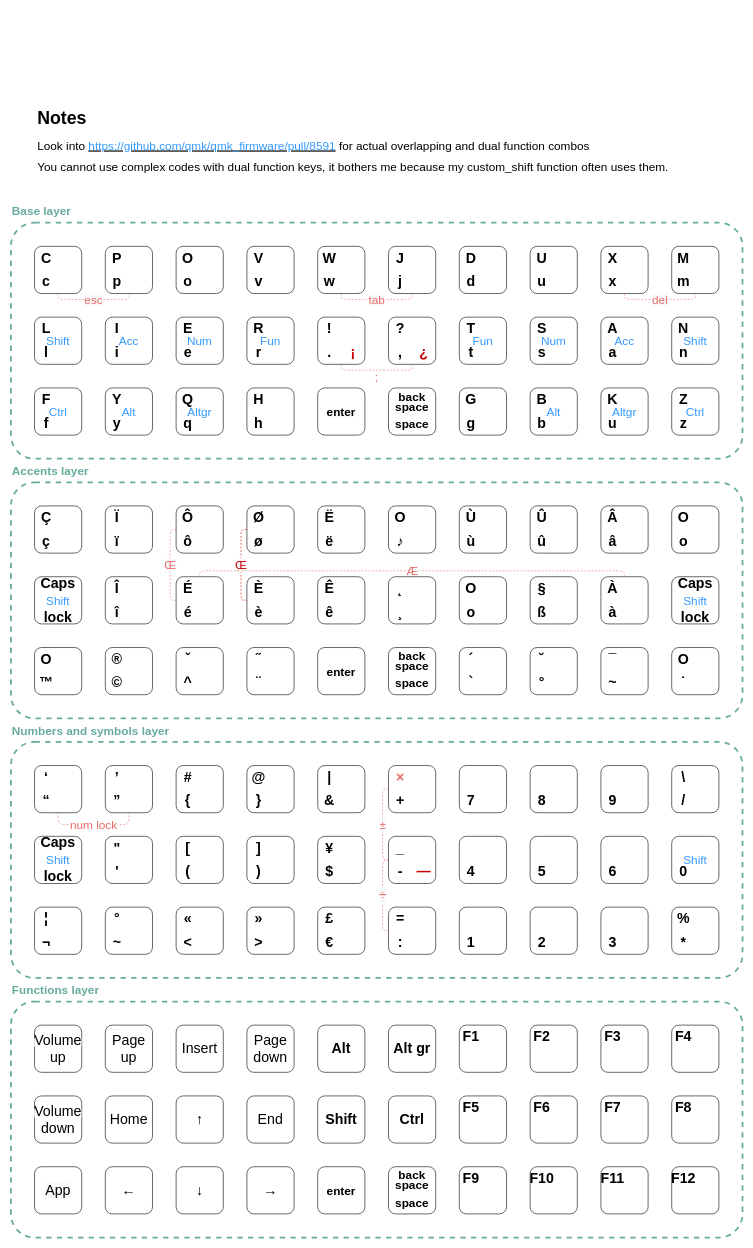
Before: Gherkin with custom lier layout for 30 keys/gherkin aito-lier.drawio in Hedgestock/custom-keyboard-layouts, a draw.io diagram. Source tidied: cells renumbered, new cells numbered last; positions are measured from the earlier drawing's top-left corner, leaving out a move shared by most shapes. Both pictures are drawn from the tidied source at 59%, with x=0, y=0 at pixel (11, 104).
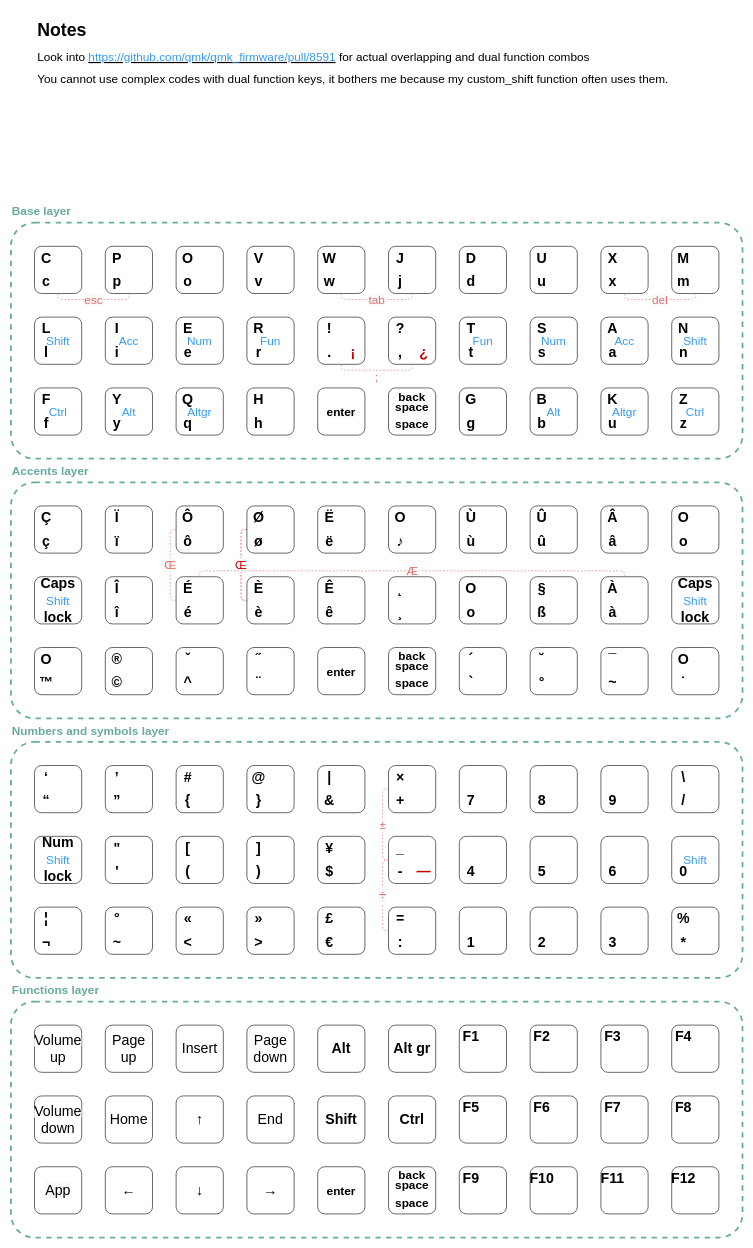
Above is the later version.

Commit message (it also covers changes not shown here):
Moved Num lock to a dedicated key

The change refers to these unchanged cells:
```xml
<mxCell id="110" style="group;" parent="107" vertex="1">
  <mxGeometry x="640" y="70" width="80" height="80" as="geometry" />
</mxCell>
<mxCell id="308" style="rounded=1;whiteSpace=wrap;html=1;" parent="307" vertex="1">
  <mxGeometry width="80" height="80" as="geometry" />
</mxCell>
<mxCell id="312" style="rounded=1;whiteSpace=wrap;html=1;" parent="311" vertex="1">
  <mxGeometry width="80" height="80" as="geometry" />
</mxCell>
<mxCell id="431" style="group;" parent="1" vertex="1">
  <mxGeometry x="40" y="1240" width="80" height="80" as="geometry" />
</mxCell>
```

The edit, as a diff of the source:
```diff
@@
-    <mxCell id="113" value="&lt;span style=&quot;font-size: 24px&quot;&gt;&lt;b&gt;&lt;font color=&quot;#ea6b66&quot;&gt;×&lt;/font&gt;&lt;/b&gt;&lt;/span&gt;" style="text;html=1;strokeColor=none;fillColor=none;align=center;verticalAlign=middle;whiteSpace=wrap;rounded=0;" parent="110" vertex="1">
+    <mxCell id="113" value="&lt;span style=&quot;font-size: 24px&quot;&gt;&lt;b&gt;×&lt;/b&gt;&lt;/span&gt;" style="text;html=1;strokeColor=none;fillColor=none;align=center;verticalAlign=middle;whiteSpace=wrap;rounded=0;" parent="110" vertex="1">
       <mxGeometry x="10" y="10" width="20" height="20" as="geometry" />
     </mxCell>
@@
-    <mxCell id="382" value="&lt;h1&gt;&lt;font style=&quot;font-size: 30px&quot;&gt;Notes&lt;/font&gt;&lt;/h1&gt;&lt;span style=&quot;font-size: 20px&quot;&gt;Look into &lt;u&gt;&lt;font color=&quot;#3399ff&quot;&gt;https://github.com/qmk/qmk_firmware/pull/8591&lt;/font&gt;&lt;/u&gt; for actual overlapping and dual function combos&lt;/span&gt;&lt;p&gt;&lt;span style=&quot;font-size: 20px&quot;&gt;You cannot use complex codes with dual function keys, it bothers me because my custom_shift function often uses them.&lt;/span&gt;&lt;br&gt;&lt;/p&gt;&lt;p&gt;&lt;span style=&quot;font-size: 20px&quot;&gt;&lt;br&gt;&lt;/span&gt;&lt;/p&gt;" style="text;html=1;strokeColor=none;fillColor=none;spacing=5;spacingTop=-20;whiteSpace=wrap;overflow=hidden;rounded=0;" parent="1" vertex="1">
-      <mxGeometry x="40" width="1160" height="160" as="geometry" />
+    <mxCell id="382" value="&lt;h1&gt;&lt;font style=&quot;font-size: 30px&quot;&gt;Notes&lt;/font&gt;&lt;/h1&gt;&lt;span style=&quot;font-size: 20px&quot;&gt;Look into &lt;u&gt;&lt;font color=&quot;#3399ff&quot;&gt;https://github.com/qmk/qmk_firmware/pull/8591&lt;/font&gt;&lt;/u&gt; for actual overlapping and dual function combos&lt;/span&gt;&lt;p&gt;&lt;span style=&quot;font-size: 20px&quot;&gt;You cannot use complex codes with dual function keys, it bothers me because my custom_shift function often uses them.&lt;/span&gt;&lt;br&gt;&lt;/p&gt;&lt;p&gt;&lt;br&gt;&lt;/p&gt;" style="text;html=1;strokeColor=none;fillColor=none;spacing=5;spacingTop=-20;whiteSpace=wrap;overflow=hidden;rounded=0;" parent="1" vertex="1">
+      <mxGeometry x="40" y="-150" width="1160" height="310" as="geometry" />
     </mxCell>
@@
-    <mxCell id="432" value="&lt;b&gt;&lt;font style=&quot;font-size: 24px&quot;&gt;Caps&lt;br&gt;&lt;br&gt;lock&lt;/font&gt;&lt;/b&gt;" style="rounded=1;whiteSpace=wrap;html=1;" parent="431" vertex="1">
+    <mxCell id="432" value="&lt;b&gt;&lt;font style=&quot;font-size: 24px&quot;&gt;Num&lt;br&gt;&lt;br&gt;lock&lt;/font&gt;&lt;/b&gt;" style="rounded=1;whiteSpace=wrap;html=1;" parent="431" vertex="1">
       <mxGeometry width="80" height="80" as="geometry" />
     </mxCell>
@@
-    <mxCell id="450" value="&lt;font color=&quot;#ea6b66&quot; face=&quot;helvetica&quot;&gt;&lt;span style=&quot;font-size: 20px;&quot;&gt;num lock&lt;/span&gt;&lt;/font&gt;" style="endArrow=none;dashed=1;html=1;entryX=0.5;entryY=1;entryDx=0;entryDy=0;strokeColor=#EA6B66;exitX=0.5;exitY=1;exitDx=0;exitDy=0;fontStyle=0;labelBackgroundColor=#ffffff;" parent="1" edge="1" source="308" target="312">
-      <mxGeometry relative="1" as="geometry">
-        <Array as="points">
-          <mxPoint x="80" y="1220" />
-          <mxPoint x="200" y="1220" />
-        </Array>
-      </mxGeometry>
-    </mxCell>
```
